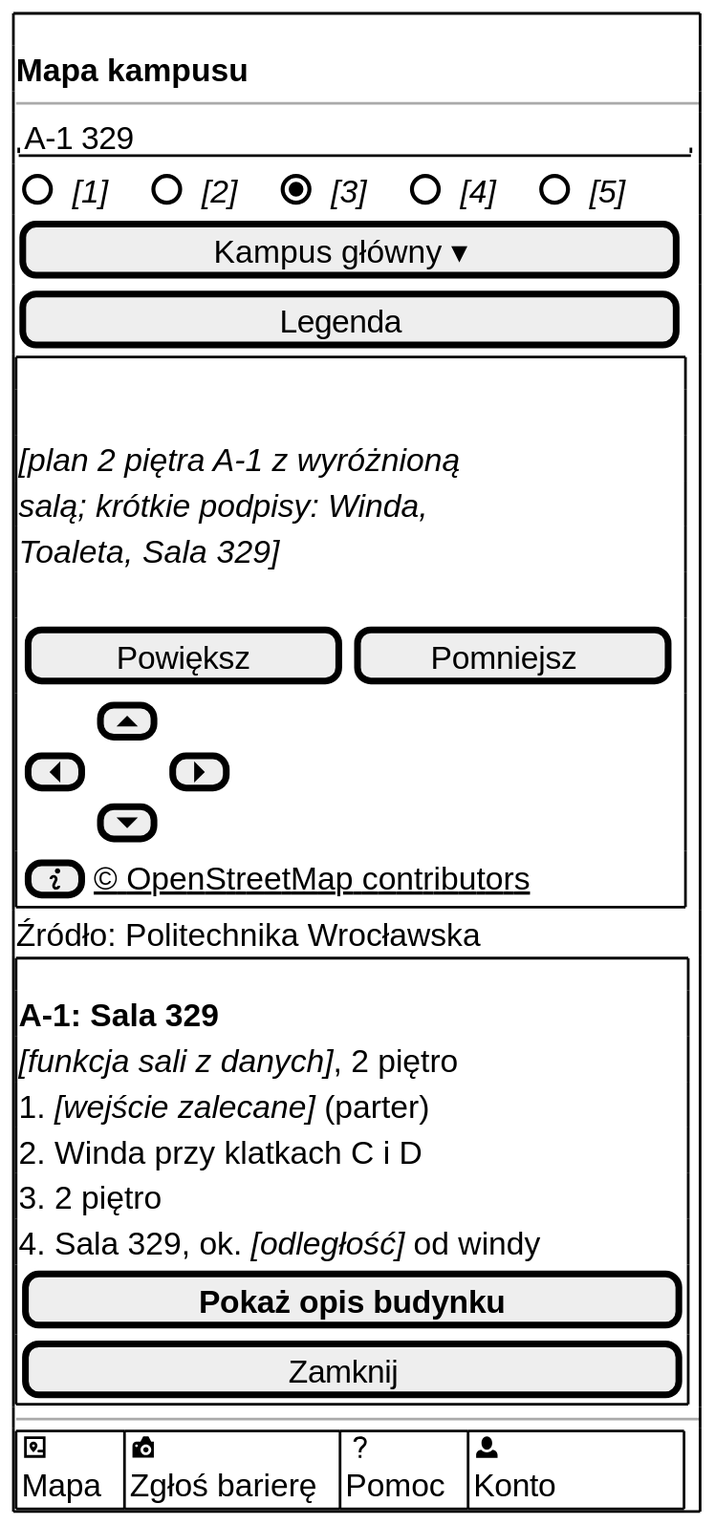
Before: docs/docs/_generated/m-v1-mapa-sala.svg, a diagram exported from PlantUML (dostepny-kampus/dostepny-kampus). Source of this version:
```plantuml
@startsalt
' V1 Mapa kampusu, znaleziona sala: plan piętra na mapie i kroki tekstem (decyzja 48, punkt 5).
!include _wspolne.iuml
!include _odwiedzajacy.iuml
$ekran_poczatek()
$naglowek_startowy("Mapa kampusu")
$pole_tekstowe("A-1 329")
$pietra(3)
$przycisk("Kampus główny ▾")
$przycisk("Legenda")
$mapa("plan 2 piętra A-1 z wyróżnioną salą; krótkie podpisy: Winda, Toaleta, Sala 329", "", "info")
Źródło: Politechnika Wrocławska
$ramka()
<b>A-1: Sala 329</b>
<i>[funkcja sali z danych]</i>, 2 piętro
1. <i>[wejście zalecane]</i> (parter)
2. Winda przy klatkach C i D
3. 2 piętro
4. Sala 329, ok. <i>[odległość]</i> od windy
$przycisk_glowny("Pokaż opis budynku")
$przycisk("Zamknij")
}
$pasek_dolny_konto()
$ekran_koniec()
@endsalt
```
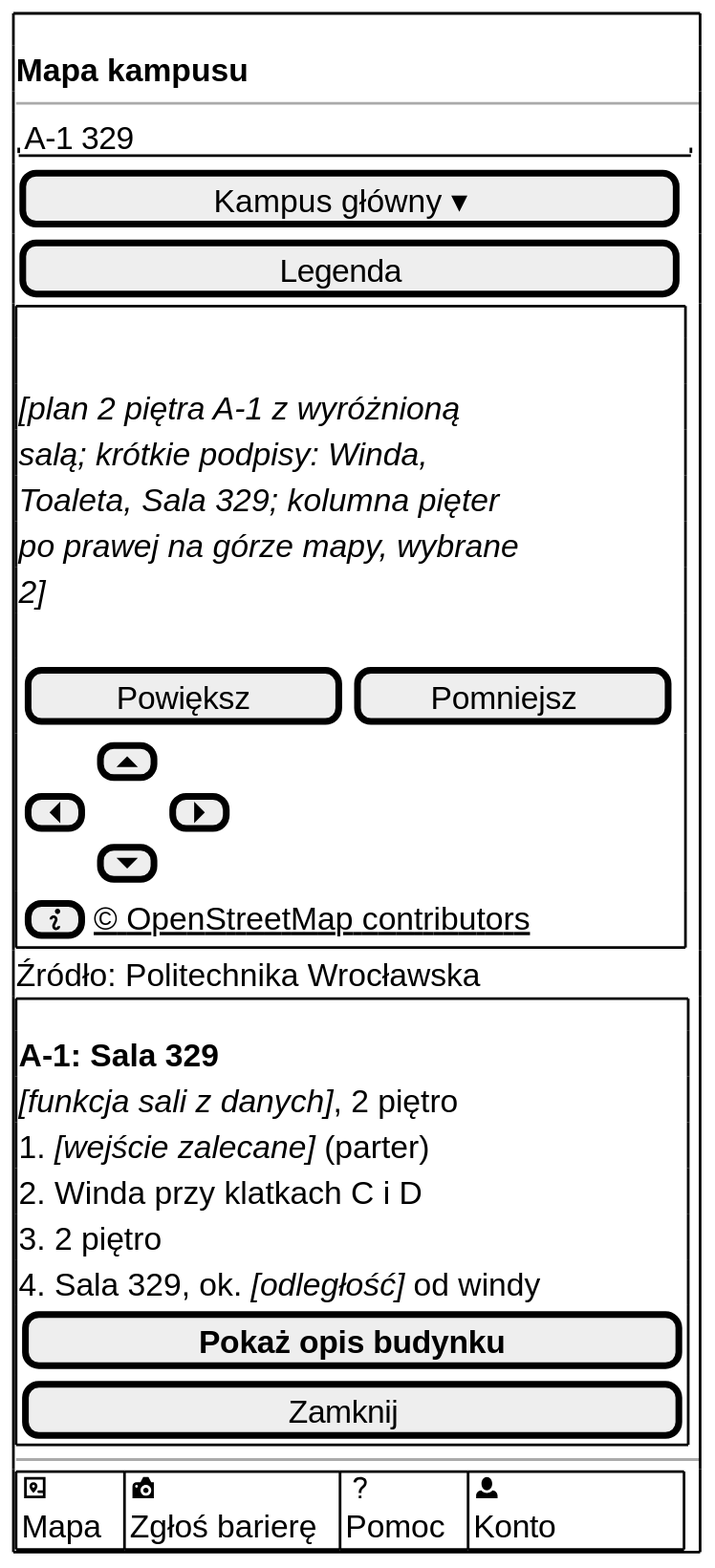
Above is the later version.

Diff of the diagram source:
```diff
@@ -5,10 +5,9 @@
 $ekran_poczatek()
 $naglowek_startowy("Mapa kampusu")
 $pole_tekstowe("A-1 329")
-$pietra(3)
 $przycisk("Kampus główny ▾")
 $przycisk("Legenda")
-$mapa("plan 2 piętra A-1 z wyróżnioną salą; krótkie podpisy: Winda, Toaleta, Sala 329", "", "info")
+$mapa("plan 2 piętra A-1 z wyróżnioną salą; krótkie podpisy: Winda, Toaleta, Sala 329; kolumna pięter po prawej na górze mapy, wybrane 2", "", "info")
 Źródło: Politechnika Wrocławska
 $ramka()
 <b>A-1: Sala 329</b>
```
